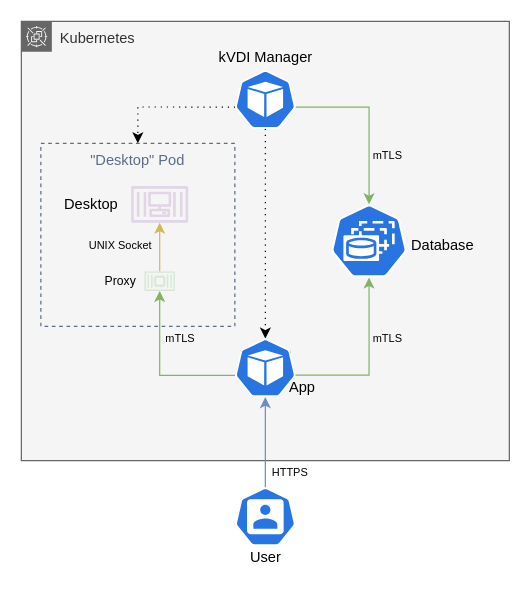
Before: doc/kvdi_arch.drawio in webmeshproj/webmesh-vdi, a draw.io diagram. Source tidied: cells renumbered, new cells numbered last; positions are measured from the earlier drawing's top-left corner, leaving out a move shared by most shapes. Both pictures are drawn from the tidied source at 122%, with x=0, y=0 at pixel (21, 21).
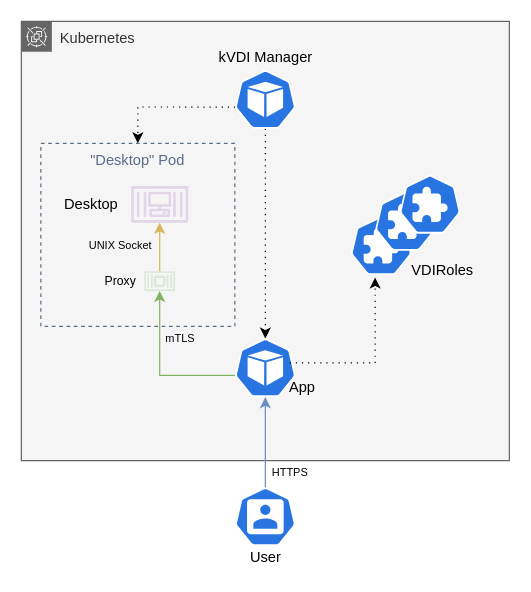
After the change.

The change refers to these unchanged cells:
```xml
<mxCell id="6" style="html=1;dashed=0;whitespace=wrap;fillColor=#2875E2;strokeColor=#ffffff;points=[[0.005,0.63,0],[0.1,0.2,0],[0.9,0.2,0],[0.5,0,0],[0.995,0.63,0],[0.72,0.99,0],[0.5,1,0],[0.28,0.99,0]];shape=mxgraph.kubernetes.icon;prIcon=pod;" parent="1" vertex="1">
  <mxGeometry x="175" y="40" width="50" height="48" as="geometry" />
</mxCell>
<mxCell id="11" style="html=1;dashed=0;whitespace=wrap;fillColor=#2875E2;strokeColor=#ffffff;points=[[0.005,0.63,0],[0.1,0.2,0],[0.9,0.2,0],[0.5,0,0],[0.995,0.63,0],[0.72,0.99,0],[0.5,1,0],[0.28,0.99,0]];shape=mxgraph.kubernetes.icon;prIcon=pod;" parent="1" vertex="1">
  <mxGeometry x="175" y="260" width="50" height="48" as="geometry" />
</mxCell>
```

What changed in the source:
```diff
@@
-    <mxCell id="4" style="edgeStyle=orthogonalEdgeStyle;rounded=0;jettySize=auto;html=1;exitX=0.995;exitY=0.63;exitDx=0;exitDy=0;exitPerimeter=0;entryX=0.5;entryY=0;entryDx=0;entryDy=0;entryPerimeter=0;fillColor=#d5e8d4;strokeColor=#82b366;" parent="1" edge="1" source="6" target="8">
-      <mxGeometry relative="1" as="geometry" />
-    </mxCell>
@@
-    <mxCell id="8" style="html=1;dashed=0;whitespace=wrap;fillColor=#2875E2;strokeColor=#ffffff;points=[[0.005,0.63,0],[0.1,0.2,0],[0.9,0.2,0],[0.5,0,0],[0.995,0.63,0],[0.72,0.99,0],[0.5,1,0],[0.28,0.99,0]];shape=mxgraph.kubernetes.icon;prIcon=sts;" parent="1" vertex="1">
-      <mxGeometry x="250" y="150" width="70" height="60" as="geometry" />
-    </mxCell>
-    <mxCell id="9" style="edgeStyle=orthogonalEdgeStyle;rounded=0;jettySize=auto;html=1;exitX=0.9;exitY=0.2;exitDx=0;exitDy=0;exitPerimeter=0;fillColor=#d5e8d4;strokeColor=#82b366;" parent="1" edge="1" source="11" target="8">
-      <mxGeometry relative="1" as="geometry">
-        <Array as="points">
-          <mxPoint x="220" y="290" />
-          <mxPoint x="285" y="290" />
-        </Array>
-      </mxGeometry>
-    </mxCell>
@@
-    <mxCell id="14" value="Database" style="text;html=1;align=center;verticalAlign=middle;" parent="1" vertex="1">
-      <mxGeometry x="310" y="174" width="70" height="20" as="geometry" />
-    </mxCell>
+    <mxCell id="28" style="edgeStyle=orthogonalEdgeStyle;rounded=0;orthogonalLoop=1;jettySize=auto;html=1;dashed=1;dashPattern=1 4;" parent="1" edge="1">
+      <mxGeometry relative="1" as="geometry">
+        <mxPoint x="220" y="280" as="sourcePoint" />
+        <mxPoint x="290" y="210" as="targetPoint" />
+        <Array as="points">
+          <mxPoint x="290" y="280" />
+        </Array>
+      </mxGeometry>
+    </mxCell>
@@
-    <mxCell id="24" value="mTLS" style="text;html=1;align=center;verticalAlign=middle;fontSize=9;" parent="1" vertex="1">
-      <mxGeometry x="280" y="250" width="40" height="20" as="geometry" />
-    </mxCell>
@@
-    <mxCell id="27" value="mTLS" style="text;html=1;align=center;verticalAlign=middle;fontSize=9;" parent="1" vertex="1">
-      <mxGeometry x="280" y="100" width="40" height="20" as="geometry" />
-    </mxCell>
+    <mxCell id="29" style="html=1;dashed=0;whitespace=wrap;fillColor=#2875E2;strokeColor=#ffffff;shape=mxgraph.kubernetes.icon;prIcon=crd;" parent="1" vertex="1">
+      <mxGeometry x="270" y="160" width="50" height="48" as="geometry" />
+    </mxCell>
+    <mxCell id="30" style="html=1;dashed=0;whitespace=wrap;fillColor=#2875E2;strokeColor=#ffffff;shape=mxgraph.kubernetes.icon;prIcon=crd;" parent="1" vertex="1">
+      <mxGeometry x="290" y="140" width="50" height="48" as="geometry" />
+    </mxCell>
+    <mxCell id="31" style="html=1;dashed=0;whitespace=wrap;fillColor=#2875E2;strokeColor=#ffffff;shape=mxgraph.kubernetes.icon;prIcon=crd;" parent="1" vertex="1">
+      <mxGeometry x="310" y="126" width="50" height="48" as="geometry" />
+    </mxCell>
+    <mxCell id="32" value="VDIRoles" style="text;html=1;align=center;verticalAlign=middle;fillColor=none;strokeColor=none;rounded=0;" parent="1" vertex="1">
+      <mxGeometry x="310" y="194" width="70" height="20" as="geometry" />
+    </mxCell>
```
